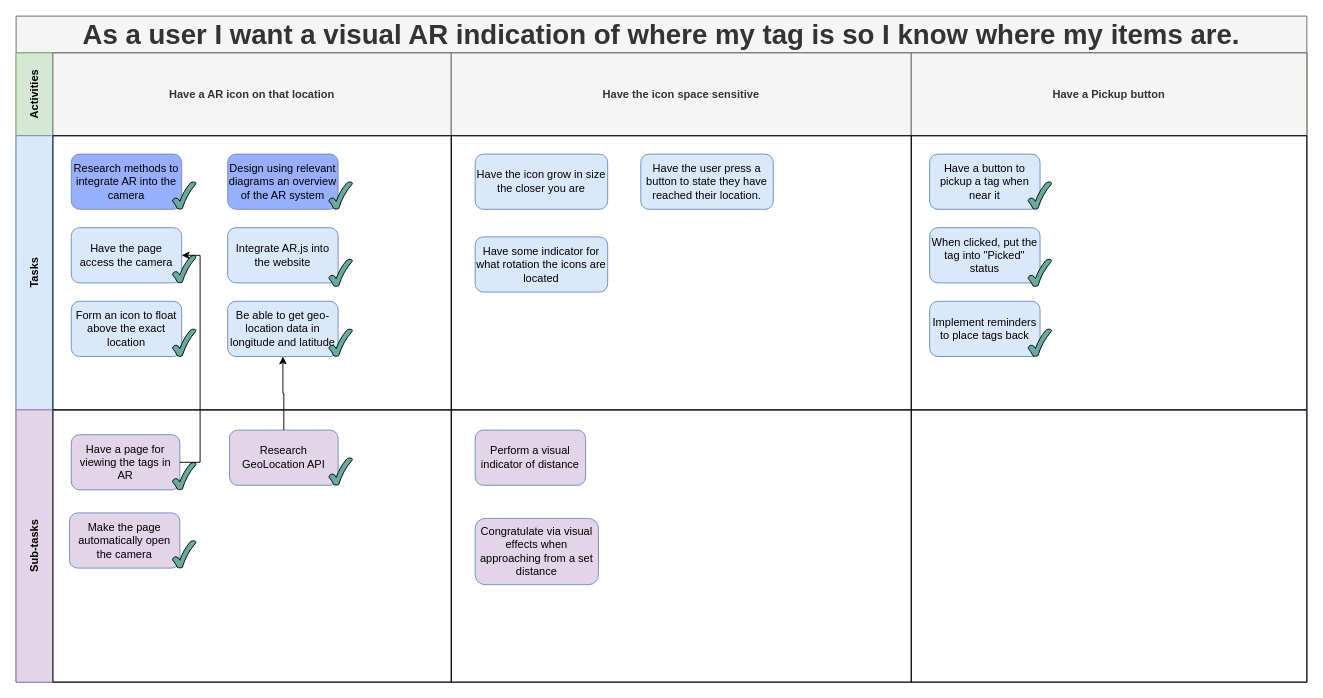
Above: Documentation/Project Diagrams/Story Maps/AR Theme.drawio in ickeyben123/AR (draw.io), before the change. Source tidied: cells renumbered, new cells numbered last; positions are measured from the earlier drawing's top-left corner, leaving out a move shared by most shapes. Both pictures are drawn from the tidied source at 92%, with x=0, y=0 at pixel (16, 16).
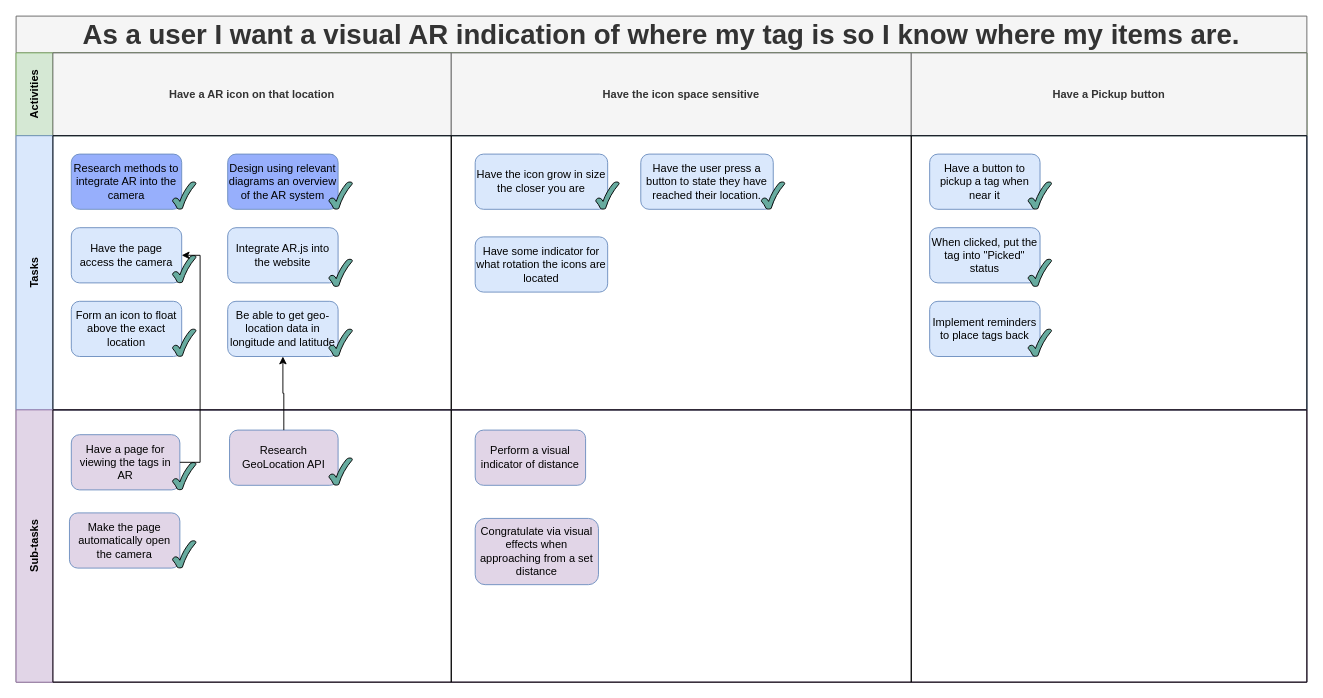
After the change.

Unchanged cells that the change refers to:
```xml
<mxCell id="21" style="swimlane;startSize=0;html=1;whiteSpace=wrap;" parent="7" vertex="1">
  <mxGeometry x="473" width="500" height="298" as="geometry" />
</mxCell>
```

Diff of the diagram source:
```diff
@@
+    <mxCell id="47" style="verticalLabelPosition=bottom;verticalAlign=top;html=1;shape=mxgraph.basic.tick;fillColor=#67AB9F;" parent="21" vertex="1">
+      <mxGeometry x="157" y="50" width="25.5" height="30" as="geometry" />
+    </mxCell>
+    <mxCell id="48" style="verticalLabelPosition=bottom;verticalAlign=top;html=1;shape=mxgraph.basic.tick;fillColor=#67AB9F;" parent="21" vertex="1">
+      <mxGeometry x="337" y="50" width="25.5" height="30" as="geometry" />
+    </mxCell>
```
